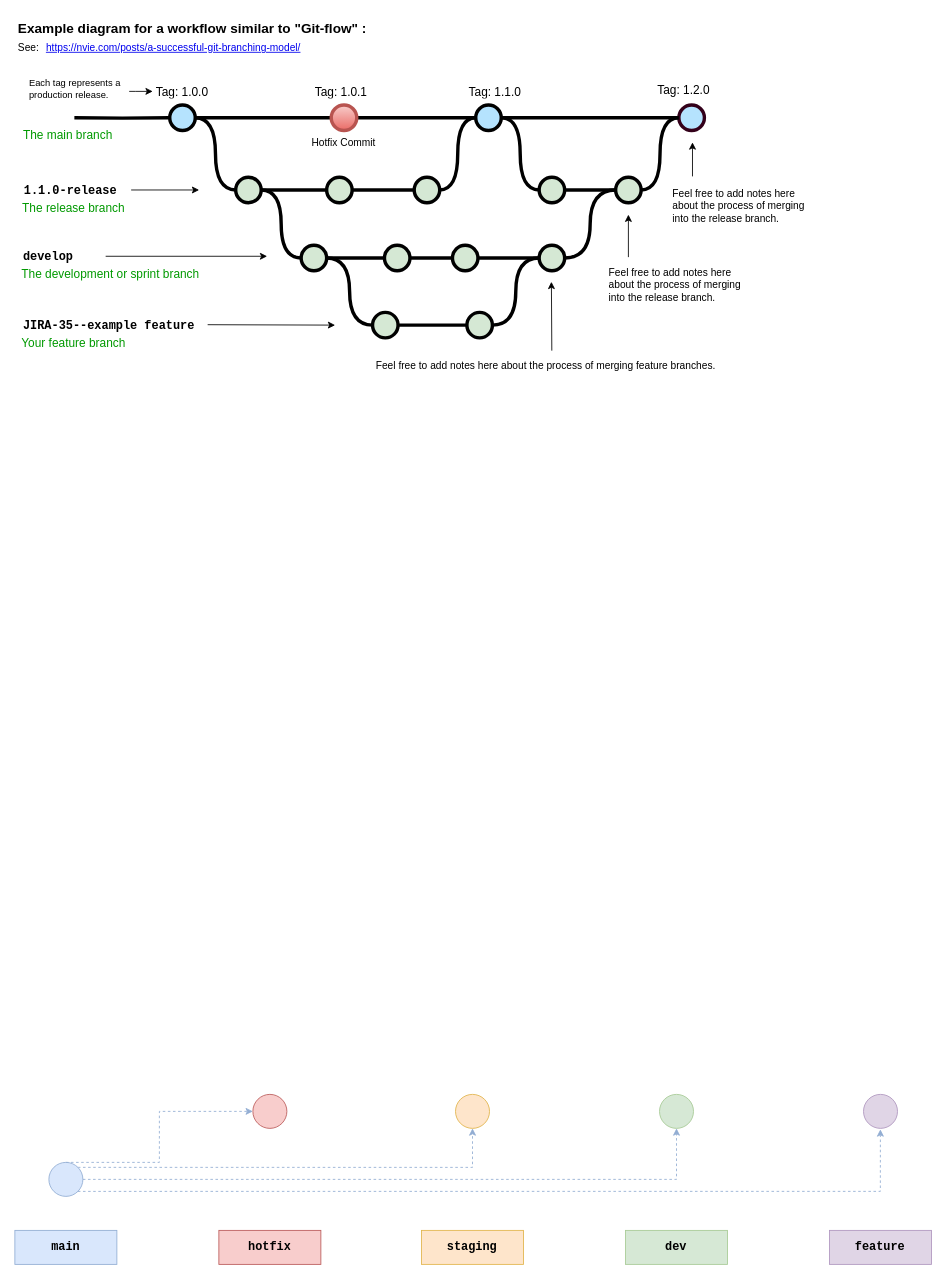
Before: 제목 없는 다이어그램.drawio in kor-sams-dev/github-action, a draw.io diagram. Source tidied: cells renumbered, new cells numbered last; positions are measured from the earlier drawing's top-left corner, leaving out a move shared by most shapes. Both pictures are drawn from the tidied source at 85%, with x=0, y=0 at pixel (14, 14).
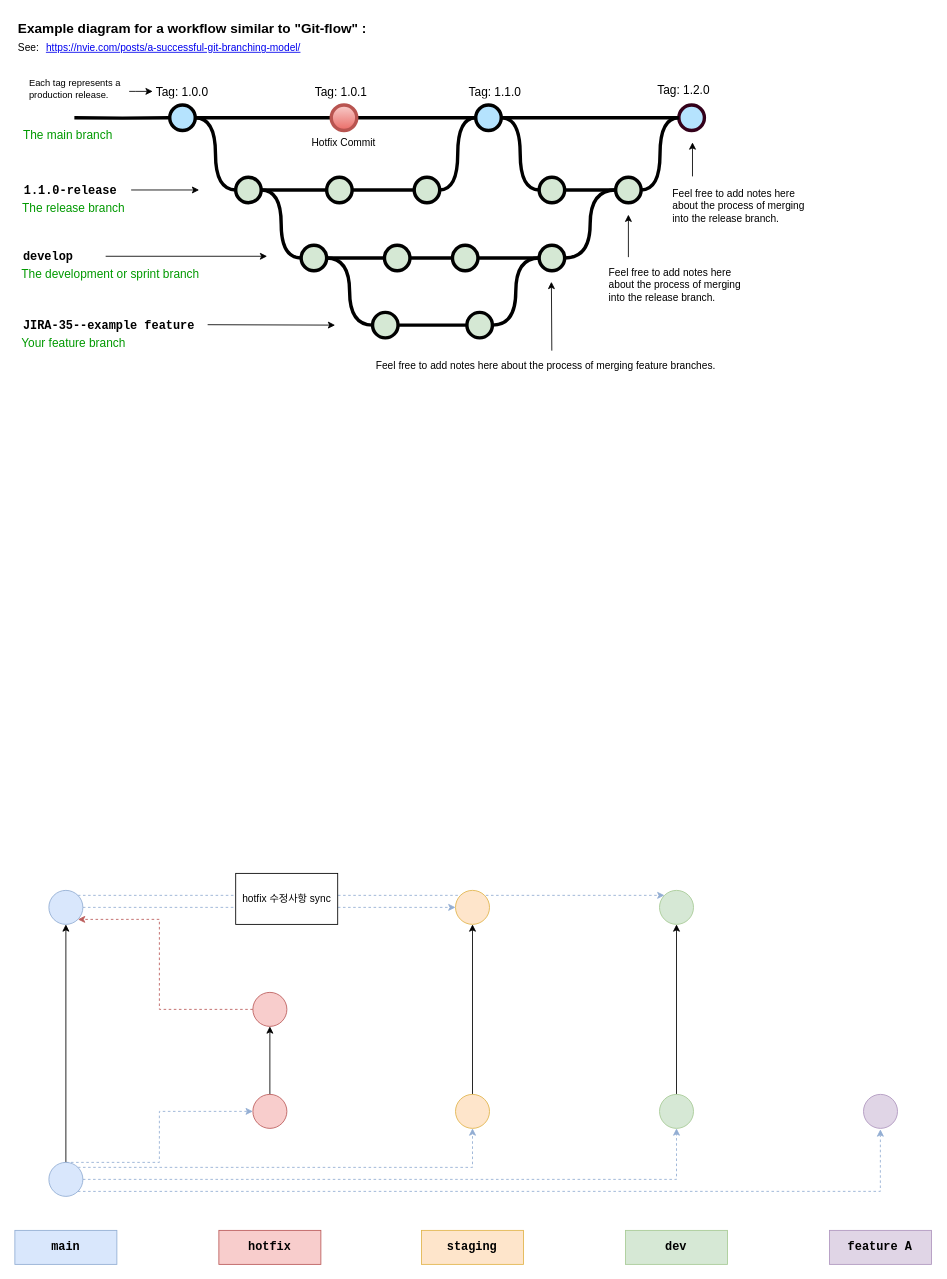
After the change.

Commit message:
hotfix 브랜치 sycn 업데이트

Unchanged cells that the change refers to:
```xml
<mxCell id="69" style="ellipse;whiteSpace=wrap;html=1;fillColor=#D9E7FC;strokeColor=#92ADD3;" parent="1" vertex="1">
  <mxGeometry x="40" y="1350" width="40" height="40" as="geometry" />
</mxCell>
<mxCell id="70" style="ellipse;whiteSpace=wrap;html=1;fillColor=#F8CDCC;strokeColor=#BB5B5A;" parent="1" vertex="1">
  <mxGeometry x="280" y="1270" width="40" height="40" as="geometry" />
</mxCell>
<mxCell id="71" style="ellipse;whiteSpace=wrap;html=1;fillColor=#FEE5CB;strokeColor=#E1B44B;" parent="1" vertex="1">
  <mxGeometry x="518.4" y="1270" width="40" height="40" as="geometry" />
</mxCell>
<mxCell id="72" style="ellipse;whiteSpace=wrap;html=1;fillColor=#D6E8D5;strokeColor=#A7CA95;" parent="1" vertex="1">
  <mxGeometry x="758.4" y="1270" width="40" height="40" as="geometry" />
</mxCell>
```

Change to the diagram source:
```diff
@@
-    <mxCell id="65" value="feature" style="text;html=1;strokeColor=#AF96BF;fillColor=#E0D5E6;align=center;verticalAlign=middle;whiteSpace=wrap;overflow=hidden;fontSize=14;fontStyle=1;fontFamily=Courier New;gradientColor=none;" parent="1" vertex="1">
+    <mxCell id="65" value="feature A" style="text;html=1;strokeColor=#AF96BF;fillColor=#E0D5E6;align=center;verticalAlign=middle;whiteSpace=wrap;overflow=hidden;fontSize=14;fontStyle=1;fontFamily=Courier New;gradientColor=none;" parent="1" vertex="1">
       <mxGeometry x="958.4" y="1430" width="120" height="40" as="geometry" />
     </mxCell>
@@
+    <mxCell id="76" style="edgeStyle=orthogonalEdgeStyle;rounded=0;jettySize=auto;html=1;entryX=0.5;entryY=1;entryDx=0;entryDy=0;" parent="1" edge="1" source="69" target="84">
+      <mxGeometry relative="1" as="geometry" />
+    </mxCell>
@@
+    <mxCell id="77" style="edgeStyle=orthogonalEdgeStyle;rounded=0;jettySize=auto;html=1;entryX=0.5;entryY=1;entryDx=0;entryDy=0;" parent="1" edge="1" source="70" target="81">
+      <mxGeometry relative="1" as="geometry" />
+    </mxCell>
@@
+    <mxCell id="78" style="edgeStyle=orthogonalEdgeStyle;rounded=0;jettySize=auto;html=1;exitX=0.5;exitY=0;exitDx=0;exitDy=0;entryX=0.5;entryY=1;entryDx=0;entryDy=0;" parent="1" edge="1" source="71" target="86">
+      <mxGeometry relative="1" as="geometry" />
+    </mxCell>
@@
+    <mxCell id="79" style="edgeStyle=orthogonalEdgeStyle;rounded=0;jettySize=auto;html=1;exitX=0.5;exitY=0;exitDx=0;exitDy=0;entryX=0.5;entryY=1;entryDx=0;entryDy=0;" parent="1" edge="1" source="72" target="85">
+      <mxGeometry relative="1" as="geometry" />
+    </mxCell>
@@
+    <mxCell id="80" style="edgeStyle=orthogonalEdgeStyle;rounded=0;jettySize=auto;html=1;exitX=0;exitY=0.5;exitDx=0;exitDy=0;entryX=1;entryY=1;entryDx=0;entryDy=0;strokeColor=#BB5B5A;dashed=1;" parent="1" edge="1" source="81" target="84">
+      <mxGeometry relative="1" as="geometry">
+        <Array as="points">
+          <mxPoint x="170" y="1170" />
+          <mxPoint x="170" y="1064" />
+        </Array>
+      </mxGeometry>
+    </mxCell>
+    <mxCell id="81" style="ellipse;whiteSpace=wrap;html=1;fillColor=#F8CDCC;strokeColor=#BB5B5A;" parent="1" vertex="1">
+      <mxGeometry x="280" y="1150" width="40" height="40" as="geometry" />
+    </mxCell>
+    <mxCell id="82" style="edgeStyle=orthogonalEdgeStyle;rounded=0;jettySize=auto;html=1;exitX=1;exitY=0.5;exitDx=0;exitDy=0;entryX=0;entryY=0.5;entryDx=0;entryDy=0;strokeColor=#92ADD3;dashed=1;" parent="1" edge="1" source="84" target="86">
+      <mxGeometry relative="1" as="geometry" />
+    </mxCell>
+    <mxCell id="83" style="edgeStyle=orthogonalEdgeStyle;rounded=0;jettySize=auto;html=1;exitX=1;exitY=0;exitDx=0;exitDy=0;entryX=0;entryY=0;entryDx=0;entryDy=0;strokeColor=#92ADD3;dashed=1;" parent="1" edge="1" source="84" target="85">
+      <mxGeometry relative="1" as="geometry" />
+    </mxCell>
+    <mxCell id="84" style="ellipse;whiteSpace=wrap;html=1;fillColor=#D9E7FC;strokeColor=#92ADD3;" parent="1" vertex="1">
+      <mxGeometry x="40" y="1030" width="40" height="40" as="geometry" />
+    </mxCell>
+    <mxCell id="85" style="ellipse;whiteSpace=wrap;html=1;fillColor=#D6E8D5;strokeColor=#A7CA95;" parent="1" vertex="1">
+      <mxGeometry x="758.4" y="1030" width="40" height="40" as="geometry" />
+    </mxCell>
+    <mxCell id="86" style="ellipse;whiteSpace=wrap;html=1;fillColor=#FEE5CB;strokeColor=#E1B44B;" parent="1" vertex="1">
+      <mxGeometry x="518.4" y="1030" width="40" height="40" as="geometry" />
+    </mxCell>
+    <mxCell id="87" value="hotfix 수정사항 sync" style="rounded=0;whiteSpace=wrap;html=1;" parent="1" vertex="1">
+      <mxGeometry x="259.8" y="1010" width="120" height="60" as="geometry" />
+    </mxCell>
```
